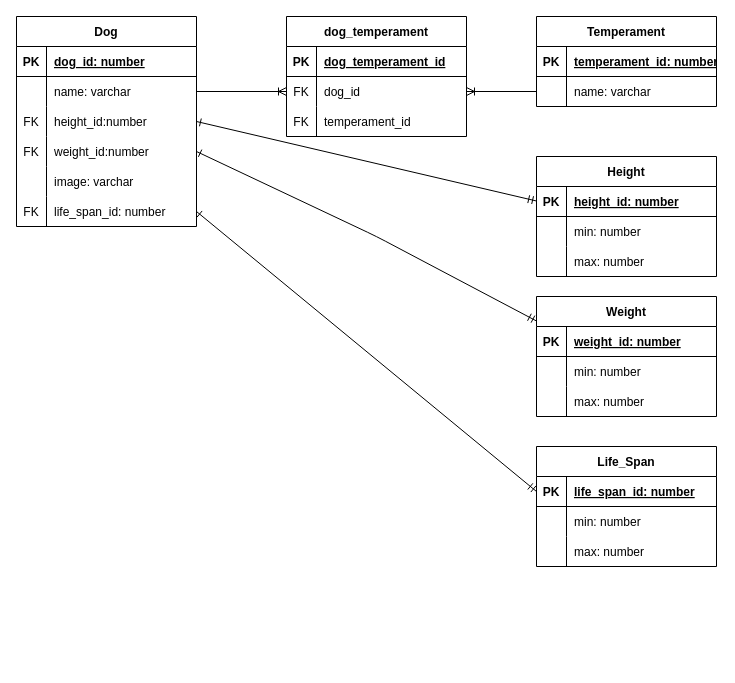
Above: api/dogs.drawio in NGSalvo/soyhenry-pi (draw.io), before the change. Source tidied: cells renumbered, new cells numbered last; positions are measured from the earlier drawing's top-left corner, leaving out a move shared by most shapes. Both pictures are drawn from the tidied source at 100%, with x=0, y=0 at pixel (16, 16).
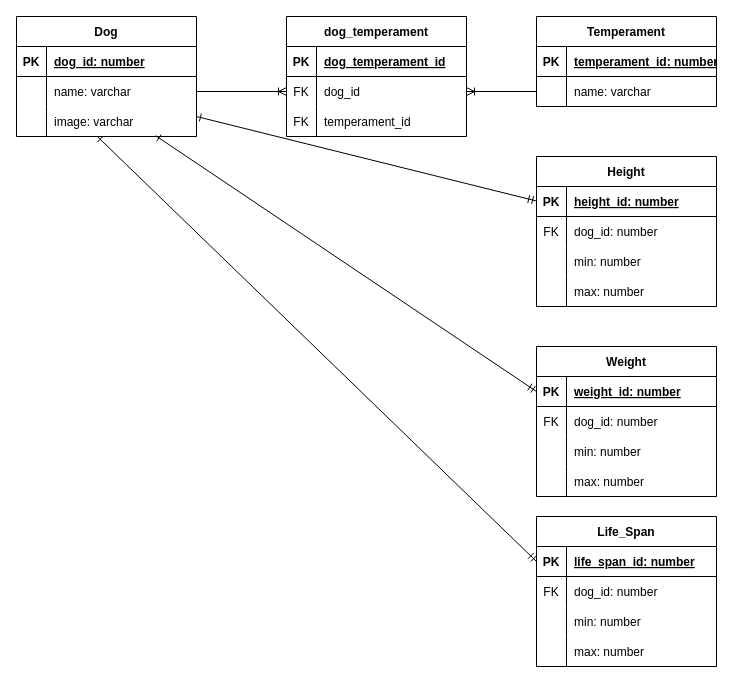
Above is the later version.

The change refers to these unchanged cells:
```xml
<mxCell id="39" style="shape=tableRow;horizontal=0;startSize=0;swimlaneHead=0;swimlaneBody=0;fillColor=none;points=[[0,0.5],[1,0.5]];portConstraint=eastwest;top=0;left=0;right=0;bottom=1;" parent="38" vertex="1">
  <mxGeometry y="30" width="180" height="30" as="geometry" />
</mxCell>
<mxCell id="49" style="shape=tableRow;horizontal=0;startSize=0;swimlaneHead=0;swimlaneBody=0;fillColor=none;points=[[0,0.5],[1,0.5]];portConstraint=eastwest;top=0;left=0;right=0;bottom=1;" parent="48" vertex="1">
  <mxGeometry y="30" width="180" height="30" as="geometry" />
</mxCell>
```

The edit, as a diff of the source:
```diff
@@
     <mxCell id="2" value="Dog" style="shape=table;startSize=30;childLayout=tableLayout;rowLines=0;fontStyle=1;align=center;" parent="1" vertex="1">
-      <mxGeometry width="180" height="210" as="geometry" />
+      <mxGeometry width="180" height="120" as="geometry" />
     </mxCell>
@@
-    <mxCell id="9" style="shape=tableRow;horizontal=0;startSize=0;swimlaneHead=0;swimlaneBody=0;fillColor=none;points=[[0,0.5],[1,0.5]];portConstraint=eastwest;top=0;left=0;right=0;bottom=0;" parent="2" vertex="1">
-      <mxGeometry y="90" width="180" height="30" as="geometry" />
-    </mxCell>
-    <mxCell id="10" value="FK" style="shape=partialRectangle;fillColor=none;top=0;left=0;bottom=0;right=0;overflow=hidden;" parent="9" vertex="1">
-      <mxGeometry width="30" height="30" as="geometry" />
-    </mxCell>
-    <mxCell id="11" value="height_id:number" style="shape=partialRectangle;fillColor=none;top=0;left=0;bottom=0;right=0;align=left;spacingLeft=6;overflow=hidden;" parent="9" vertex="1">
-      <mxGeometry x="30" width="150" height="30" as="geometry" />
-    </mxCell>
-    <mxCell id="12" style="shape=tableRow;horizontal=0;startSize=0;swimlaneHead=0;swimlaneBody=0;fillColor=none;points=[[0,0.5],[1,0.5]];portConstraint=eastwest;top=0;left=0;right=0;bottom=0;" parent="2" vertex="1">
-      <mxGeometry y="120" width="180" height="30" as="geometry" />
-    </mxCell>
-    <mxCell id="13" value="FK" style="shape=partialRectangle;fillColor=none;top=0;left=0;bottom=0;right=0;overflow=hidden;" parent="12" vertex="1">
-      <mxGeometry width="30" height="30" as="geometry" />
-    </mxCell>
-    <mxCell id="14" value="weight_id:number" style="shape=partialRectangle;fillColor=none;top=0;left=0;bottom=0;right=0;align=left;spacingLeft=6;overflow=hidden;" parent="12" vertex="1">
-      <mxGeometry x="30" width="150" height="30" as="geometry" />
-    </mxCell>
     <mxCell id="15" style="shape=tableRow;horizontal=0;startSize=0;swimlaneHead=0;swimlaneBody=0;fillColor=none;points=[[0,0.5],[1,0.5]];portConstraint=eastwest;top=0;left=0;right=0;bottom=0;" parent="2" vertex="1">
-      <mxGeometry y="150" width="180" height="30" as="geometry" />
+      <mxGeometry y="90" width="180" height="30" as="geometry" />
     </mxCell>
@@
-    <mxCell id="18" style="shape=tableRow;horizontal=0;startSize=0;swimlaneHead=0;swimlaneBody=0;fillColor=none;points=[[0,0.5],[1,0.5]];portConstraint=eastwest;top=0;left=0;right=0;bottom=0;" parent="2" vertex="1">
-      <mxGeometry y="180" width="180" height="30" as="geometry" />
-    </mxCell>
-    <mxCell id="19" value="FK" style="shape=partialRectangle;fillColor=none;top=0;left=0;bottom=0;right=0;overflow=hidden;" parent="18" vertex="1">
-      <mxGeometry width="30" height="30" as="geometry" />
-    </mxCell>
-    <mxCell id="20" value="life_span_id: number" style="shape=partialRectangle;fillColor=none;top=0;left=0;bottom=0;right=0;align=left;spacingLeft=6;overflow=hidden;" parent="18" vertex="1">
-      <mxGeometry x="30" width="150" height="30" as="geometry" />
-    </mxCell>
@@
     <mxCell id="28" value="Height" style="shape=table;startSize=30;childLayout=tableLayout;rowLines=0;fontStyle=1;align=center;" parent="1" vertex="1">
-      <mxGeometry x="520" y="140" width="180" height="120" as="geometry" />
+      <mxGeometry x="520" y="140" width="180" height="150" as="geometry" />
     </mxCell>
@@
+    <mxCell id="73" style="shape=tableRow;horizontal=0;startSize=0;swimlaneHead=0;swimlaneBody=0;fillColor=none;top=0;left=0;right=0;bottom=0;" parent="28" vertex="1">
+      <mxGeometry y="60" width="180" height="30" as="geometry" />
+    </mxCell>
+    <mxCell id="74" value="FK" style="shape=partialRectangle;fillColor=none;top=0;left=0;bottom=0;right=0;overflow=hidden;" parent="73" vertex="1">
+      <mxGeometry width="30" height="30" as="geometry" />
+    </mxCell>
+    <mxCell id="75" value="dog_id: number" style="shape=partialRectangle;fillColor=none;top=0;left=0;bottom=0;right=0;align=left;spacingLeft=6;overflow=hidden;" parent="73" vertex="1">
+      <mxGeometry x="30" width="150" height="30" as="geometry" />
+    </mxCell>
     <mxCell id="32" style="shape=tableRow;horizontal=0;startSize=0;swimlaneHead=0;swimlaneBody=0;fillColor=none;top=0;left=0;right=0;bottom=0;" parent="28" vertex="1">
-      <mxGeometry y="60" width="180" height="30" as="geometry" />
+      <mxGeometry y="90" width="180" height="30" as="geometry" />
     </mxCell>
@@
     <mxCell id="35" style="shape=tableRow;horizontal=0;startSize=0;swimlaneHead=0;swimlaneBody=0;fillColor=none;top=0;left=0;right=0;bottom=0;" parent="28" vertex="1">
-      <mxGeometry y="90" width="180" height="30" as="geometry" />
+      <mxGeometry y="120" width="180" height="30" as="geometry" />
     </mxCell>
@@
     <mxCell id="38" value="Weight" style="shape=table;startSize=30;childLayout=tableLayout;rowLines=0;fontStyle=1;align=center;" parent="1" vertex="1">
-      <mxGeometry x="520" y="280" width="180" height="120" as="geometry" />
+      <mxGeometry x="520" y="330" width="180" height="150" as="geometry" />
     </mxCell>
@@
+    <mxCell id="76" style="shape=tableRow;horizontal=0;startSize=0;swimlaneHead=0;swimlaneBody=0;fillColor=none;top=0;left=0;right=0;bottom=0;" parent="38" vertex="1">
+      <mxGeometry y="60" width="180" height="30" as="geometry" />
+    </mxCell>
+    <mxCell id="77" value="FK" style="shape=partialRectangle;fillColor=none;top=0;left=0;bottom=0;right=0;overflow=hidden;" parent="76" vertex="1">
+      <mxGeometry width="30" height="30" as="geometry" />
+    </mxCell>
+    <mxCell id="78" value="dog_id: number" style="shape=partialRectangle;fillColor=none;top=0;left=0;bottom=0;right=0;align=left;spacingLeft=6;overflow=hidden;" parent="76" vertex="1">
+      <mxGeometry x="30" width="150" height="30" as="geometry" />
+    </mxCell>
     <mxCell id="42" style="shape=tableRow;horizontal=0;startSize=0;swimlaneHead=0;swimlaneBody=0;fillColor=none;top=0;left=0;right=0;bottom=0;" parent="38" vertex="1">
-      <mxGeometry y="60" width="180" height="30" as="geometry" />
+      <mxGeometry y="90" width="180" height="30" as="geometry" />
     </mxCell>
@@
     <mxCell id="45" style="shape=tableRow;horizontal=0;startSize=0;swimlaneHead=0;swimlaneBody=0;fillColor=none;top=0;left=0;right=0;bottom=0;" parent="38" vertex="1">
-      <mxGeometry y="90" width="180" height="30" as="geometry" />
+      <mxGeometry y="120" width="180" height="30" as="geometry" />
     </mxCell>
@@
     <mxCell id="48" value="Life_Span" style="shape=table;startSize=30;childLayout=tableLayout;rowLines=0;fontStyle=1;align=center;" parent="1" vertex="1">
-      <mxGeometry x="520" y="430" width="180" height="120" as="geometry" />
+      <mxGeometry x="520" y="500" width="180" height="150" as="geometry" />
     </mxCell>
@@
+    <mxCell id="79" style="shape=tableRow;horizontal=0;startSize=0;swimlaneHead=0;swimlaneBody=0;fillColor=none;top=0;left=0;right=0;bottom=0;" parent="48" vertex="1">
+      <mxGeometry y="60" width="180" height="30" as="geometry" />
+    </mxCell>
+    <mxCell id="80" value="FK" style="shape=partialRectangle;fillColor=none;top=0;left=0;bottom=0;right=0;overflow=hidden;" parent="79" vertex="1">
+      <mxGeometry width="30" height="30" as="geometry" />
+    </mxCell>
+    <mxCell id="81" value="dog_id: number" style="shape=partialRectangle;fillColor=none;top=0;left=0;bottom=0;right=0;align=left;spacingLeft=6;overflow=hidden;" parent="79" vertex="1">
+      <mxGeometry x="30" width="150" height="30" as="geometry" />
+    </mxCell>
     <mxCell id="52" style="shape=tableRow;horizontal=0;startSize=0;swimlaneHead=0;swimlaneBody=0;fillColor=none;top=0;left=0;right=0;bottom=0;" parent="48" vertex="1">
-      <mxGeometry y="60" width="180" height="30" as="geometry" />
+      <mxGeometry y="90" width="180" height="30" as="geometry" />
     </mxCell>
@@
     <mxCell id="55" style="shape=tableRow;horizontal=0;startSize=0;swimlaneHead=0;swimlaneBody=0;fillColor=none;top=0;left=0;right=0;bottom=0;" parent="48" vertex="1">
-      <mxGeometry y="90" width="180" height="30" as="geometry" />
+      <mxGeometry y="120" width="180" height="30" as="geometry" />
     </mxCell>
@@
-    <mxCell id="70" style="edgeStyle=none;html=1;exitX=1;exitY=0.5;exitDx=0;exitDy=0;entryX=0;entryY=0.5;entryDx=0;entryDy=0;endArrow=ERmandOne;endFill=0;startArrow=ERone;startFill=0;" parent="1" edge="1" source="9">
+    <mxCell id="70" style="edgeStyle=none;html=1;entryX=0;entryY=0.5;entryDx=0;entryDy=0;endArrow=ERmandOne;endFill=0;startArrow=ERone;startFill=0;" parent="1" edge="1">
       <mxGeometry relative="1" as="geometry">
+        <mxPoint x="180" y="100" as="sourcePoint" />
         <mxPoint x="520" y="184.5" as="targetPoint" />
       </mxGeometry>
     </mxCell>
-    <mxCell id="71" style="edgeStyle=none;html=1;exitX=1;exitY=0.5;exitDx=0;exitDy=0;entryX=0;entryY=0.5;entryDx=0;entryDy=0;endArrow=ERmandOne;endFill=0;startArrow=ERone;startFill=0;" parent="1" edge="1" source="12">
-      <mxGeometry relative="1" as="geometry">
-        <mxPoint x="520" y="304.5" as="targetPoint" />
-        <Array as="points">
-          <mxPoint x="360" y="220" />
-        </Array>
-      </mxGeometry>
+    <mxCell id="71" style="edgeStyle=none;html=1;entryX=0;entryY=0.5;entryDx=0;entryDy=0;endArrow=ERmandOne;endFill=0;startArrow=ERone;startFill=0;exitX=0.773;exitY=0.973;exitDx=0;exitDy=0;exitPerimeter=0;" parent="1" edge="1" source="15" target="39">
+      <mxGeometry relative="1" as="geometry" />
     </mxCell>
-    <mxCell id="72" style="edgeStyle=none;html=1;exitX=1;exitY=0.5;exitDx=0;exitDy=0;entryX=0;entryY=0.5;entryDx=0;entryDy=0;endArrow=ERmandOne;endFill=0;startArrow=ERone;startFill=0;" parent="1" edge="1" source="18" target="49">
+    <mxCell id="72" style="edgeStyle=none;html=1;exitX=0.449;exitY=1;exitDx=0;exitDy=0;entryX=0;entryY=0.5;entryDx=0;entryDy=0;endArrow=ERmandOne;endFill=0;startArrow=ERone;startFill=0;exitPerimeter=0;" parent="1" edge="1" source="15" target="49">
       <mxGeometry relative="1" as="geometry" />
     </mxCell>
```
